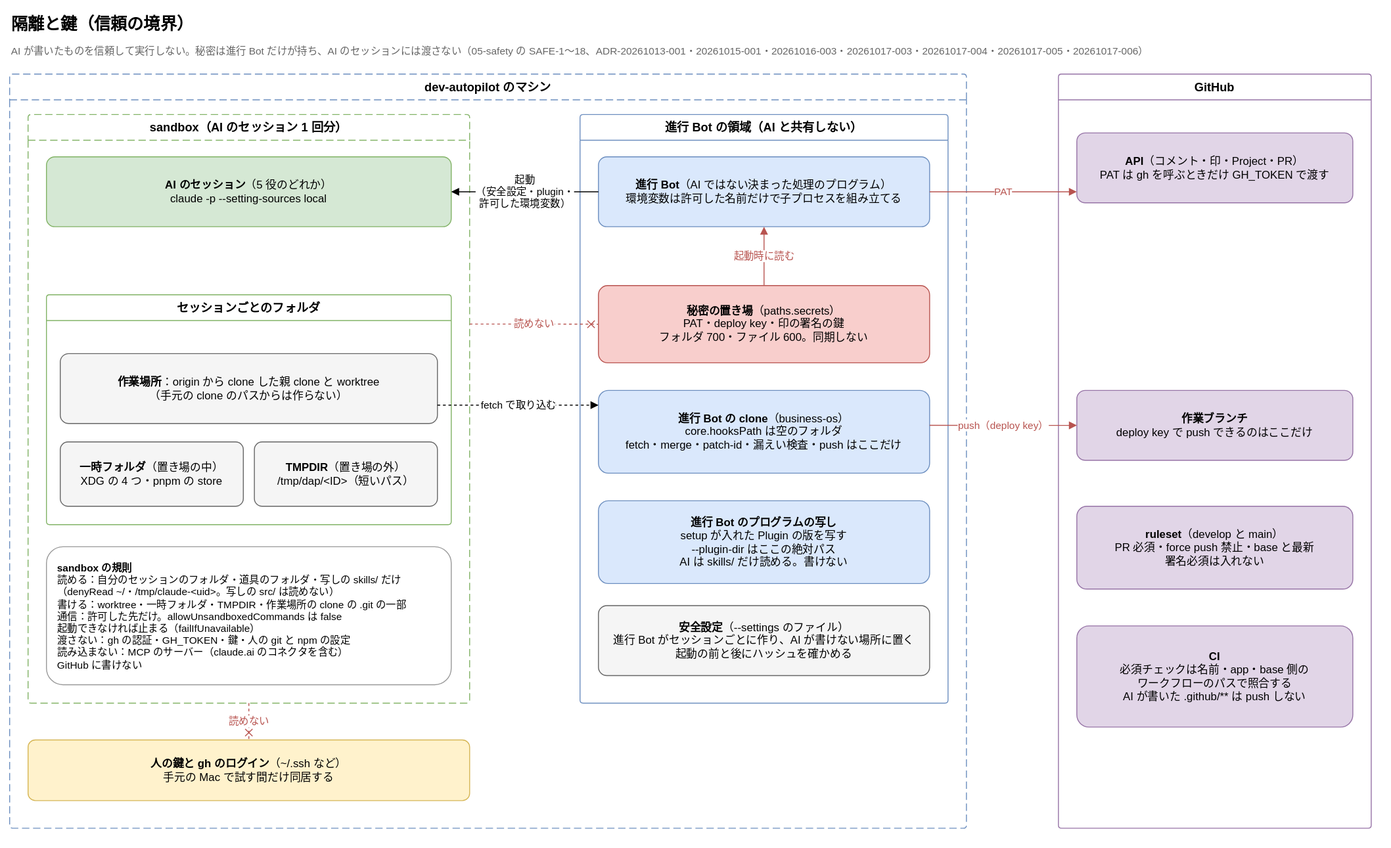
Before: docs/diagrams/isolation-and-keys.drawio.svg, a diagram exported from draw.io (Joymerrevent/dev-autopilot). Source tidied: cells renumbered, new cells last; positions are measured from the earlier drawing's top-left corner, leaving out a move shared by most shapes.
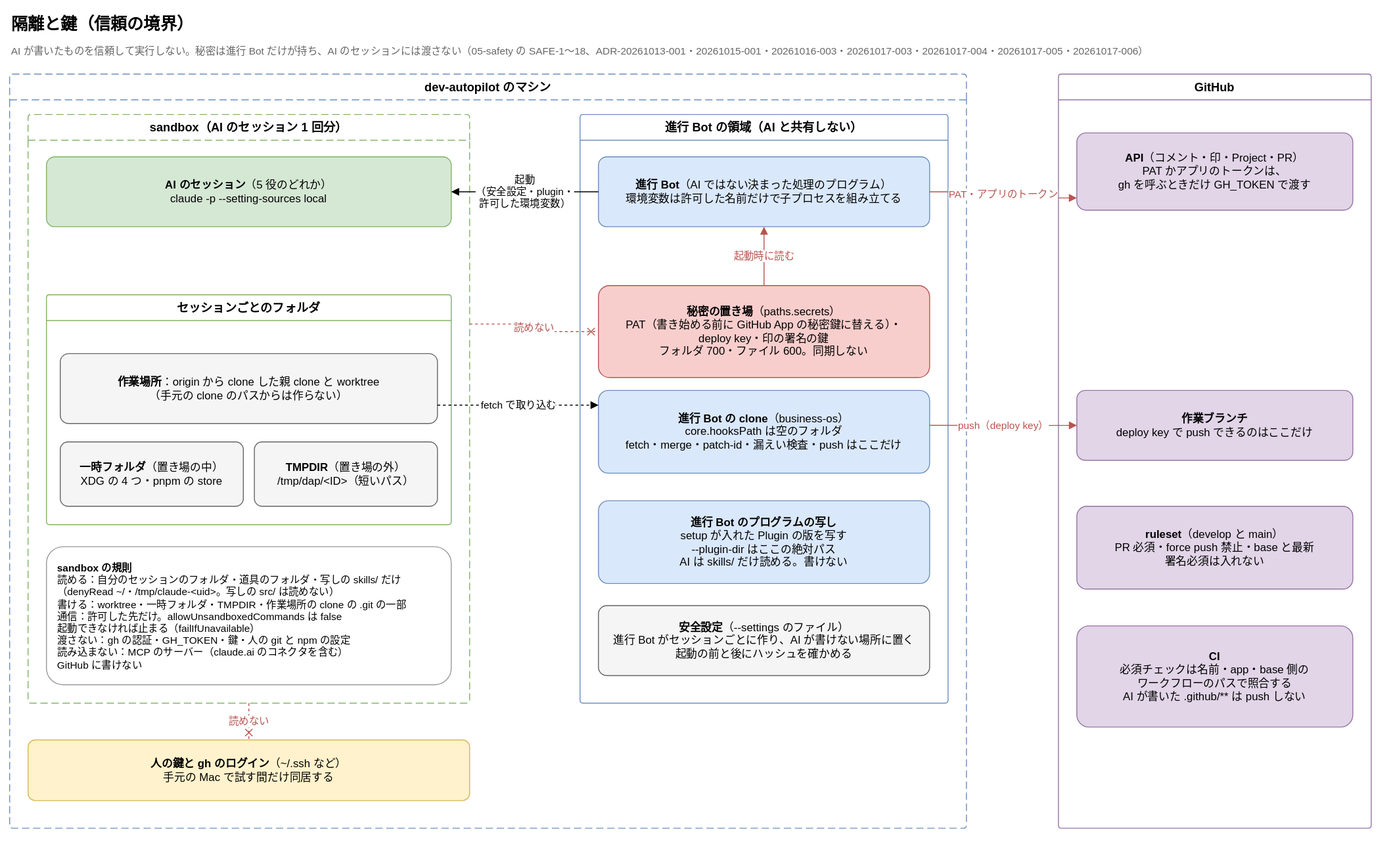
After the change.

Commit message:
docs: アプリへの切り替えを、要件と図と関係する ADR に反映する

Diff of the diagram source:
```diff
@@ -38,8 +38,8 @@
     <mxCell id="13" value="&lt;b&gt;進行 Bot&lt;/b&gt;（AI ではない決まった処理のプログラム）&lt;br&gt;環境変数は許可した名前だけで子プロセスを組み立てる" style="rounded=1;whiteSpace=wrap;html=1;fontSize=12;arcSize=12;fillColor=#dae8fc;strokeColor=#6c8ebf;spacing=12;" parent="12" vertex="1">
       <mxGeometry x="20" y="46" width="360" height="76" as="geometry" />
     </mxCell>
-    <mxCell id="14" value="&lt;b&gt;秘密の置き場&lt;/b&gt;（paths.secrets）&lt;br&gt;PAT・deploy key・印の署名の鍵&lt;br&gt;フォルダ 700・ファイル 600。同期しない" style="rounded=1;whiteSpace=wrap;html=1;fontSize=12;arcSize=12;fillColor=#f8cecc;strokeColor=#b85450;spacing=12;" parent="12" vertex="1">
-      <mxGeometry x="20" y="186" width="360" height="84" as="geometry" />
+    <mxCell id="14" value="&lt;b&gt;秘密の置き場&lt;/b&gt;（paths.secrets）&lt;br&gt;PAT（書き始める前に GitHub App の秘密鍵に替える）・&lt;br&gt;deploy key・印の署名の鍵&lt;br&gt;フォルダ 700・ファイル 600。同期しない" style="rounded=1;whiteSpace=wrap;html=1;fontSize=12;arcSize=12;fillColor=#f8cecc;strokeColor=#b85450;spacing=12;" parent="12" vertex="1">
+      <mxGeometry x="20" y="186" width="360" height="100" as="geometry" />
     </mxCell>
     <mxCell id="15" value="&lt;b&gt;進行 Bot の clone&lt;/b&gt;（business-os）&lt;br&gt;core.hooksPath は空のフォルダ&lt;br&gt;fetch・merge・patch-id・漏えい検査・push はここだけ" style="rounded=1;whiteSpace=wrap;html=1;fontSize=12;arcSize=12;fillColor=#dae8fc;strokeColor=#6c8ebf;spacing=12;" parent="12" vertex="1">
       <mxGeometry x="20" y="300" width="360" height="90" as="geometry" />
@@ -56,8 +56,8 @@
     <mxCell id="19" value="GitHub" style="swimlane;startSize=28;html=1;whiteSpace=wrap;rounded=1;arcSize=4;fontStyle=1;fontSize=13;strokeColor=#9673a6;fillColor=none;swimlaneFillColor=none;" parent="1" vertex="1">
       <mxGeometry x="1140" y="70" width="340" height="820" as="geometry" />
     </mxCell>
-    <mxCell id="20" value="&lt;b&gt;API&lt;/b&gt;（コメント・印・Project・PR）&lt;br&gt;PAT は gh を呼ぶときだけ GH_TOKEN で渡す" style="rounded=1;whiteSpace=wrap;html=1;fontSize=12;arcSize=12;fillColor=#e1d5e7;strokeColor=#9673a6;spacing=12;" parent="19" vertex="1">
-      <mxGeometry x="20" y="64" width="300" height="76" as="geometry" />
+    <mxCell id="20" value="&lt;b&gt;API&lt;/b&gt;（コメント・印・Project・PR）&lt;br&gt;PAT かアプリのトークンは、&lt;br&gt;gh を呼ぶときだけ GH_TOKEN で渡す" style="rounded=1;whiteSpace=wrap;html=1;fontSize=12;arcSize=12;fillColor=#e1d5e7;strokeColor=#9673a6;spacing=12;" parent="19" vertex="1">
+      <mxGeometry x="20" y="64" width="300" height="84" as="geometry" />
     </mxCell>
     <mxCell id="21" value="&lt;b&gt;作業ブランチ&lt;/b&gt;&lt;br&gt;deploy key で push できるのはここだけ" style="rounded=1;whiteSpace=wrap;html=1;fontSize=12;arcSize=12;fillColor=#e1d5e7;strokeColor=#9673a6;spacing=12;" parent="19" vertex="1">
       <mxGeometry x="20" y="344" width="300" height="76" as="geometry" />
@@ -80,7 +80,7 @@
     <mxCell id="27" value="読めない" style="edgeStyle=orthogonalEdgeStyle;rounded=1;html=1;endArrow=block;endFill=1;fontSize=11;labelBackgroundColor=#ffffff;dashed=1;strokeColor=#b85450;fontColor=#b85450;endArrow=cross;endFill=0;exitX=1;exitY=0.356;exitDx=0;exitDy=0;entryX=0;entryY=0.5;entryDx=0;entryDy=0;" parent="1" edge="1" source="5" target="14">
       <mxGeometry relative="1" as="geometry" />
     </mxCell>
-    <mxCell id="28" value="PAT" style="edgeStyle=orthogonalEdgeStyle;rounded=1;html=1;endArrow=block;endFill=1;fontSize=11;labelBackgroundColor=#ffffff;strokeColor=#b85450;fontColor=#b85450;exitX=1;exitY=0.5;exitDx=0;exitDy=0;entryX=0;entryY=0.842;entryDx=0;entryDy=0;" parent="1" edge="1" source="13" target="20">
+    <mxCell id="28" value="PAT・アプリのトークン" style="edgeStyle=orthogonalEdgeStyle;rounded=1;html=1;endArrow=block;endFill=1;fontSize=11;labelBackgroundColor=#ffffff;strokeColor=#b85450;fontColor=#b85450;exitX=1;exitY=0.5;exitDx=0;exitDy=0;entryX=0;entryY=0.842;entryDx=0;entryDy=0;" parent="1" edge="1" source="13" target="20">
       <mxGeometry relative="1" as="geometry" />
     </mxCell>
     <mxCell id="29" value="push（deploy key）" style="edgeStyle=orthogonalEdgeStyle;rounded=1;html=1;endArrow=block;endFill=1;fontSize=11;labelBackgroundColor=#ffffff;strokeColor=#b85450;fontColor=#b85450;exitX=1;exitY=0.422;exitDx=0;exitDy=0;entryX=0;entryY=0.5;entryDx=0;entryDy=0;" parent="1" edge="1" source="15" target="21">
```
